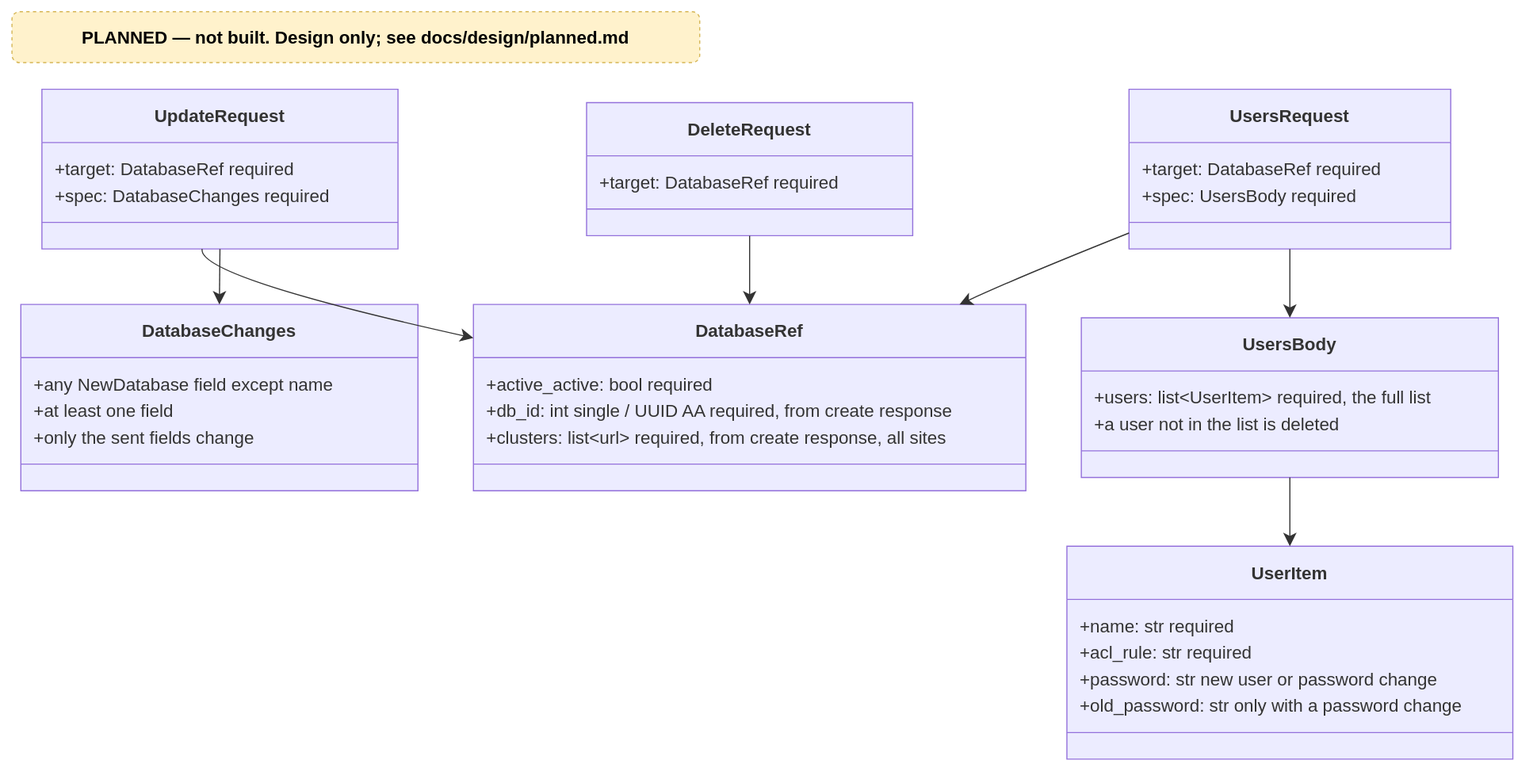
The draw.io diagram docs/diagrams/planned/p6-api-models-edit.drawio.svg in EliShteinman/redis-enterprise-services, before a commit. Source tidied: cells renumbered, new cells last; positions are measured from the earlier drawing's top-left corner, leaving out a move shared by most shapes.
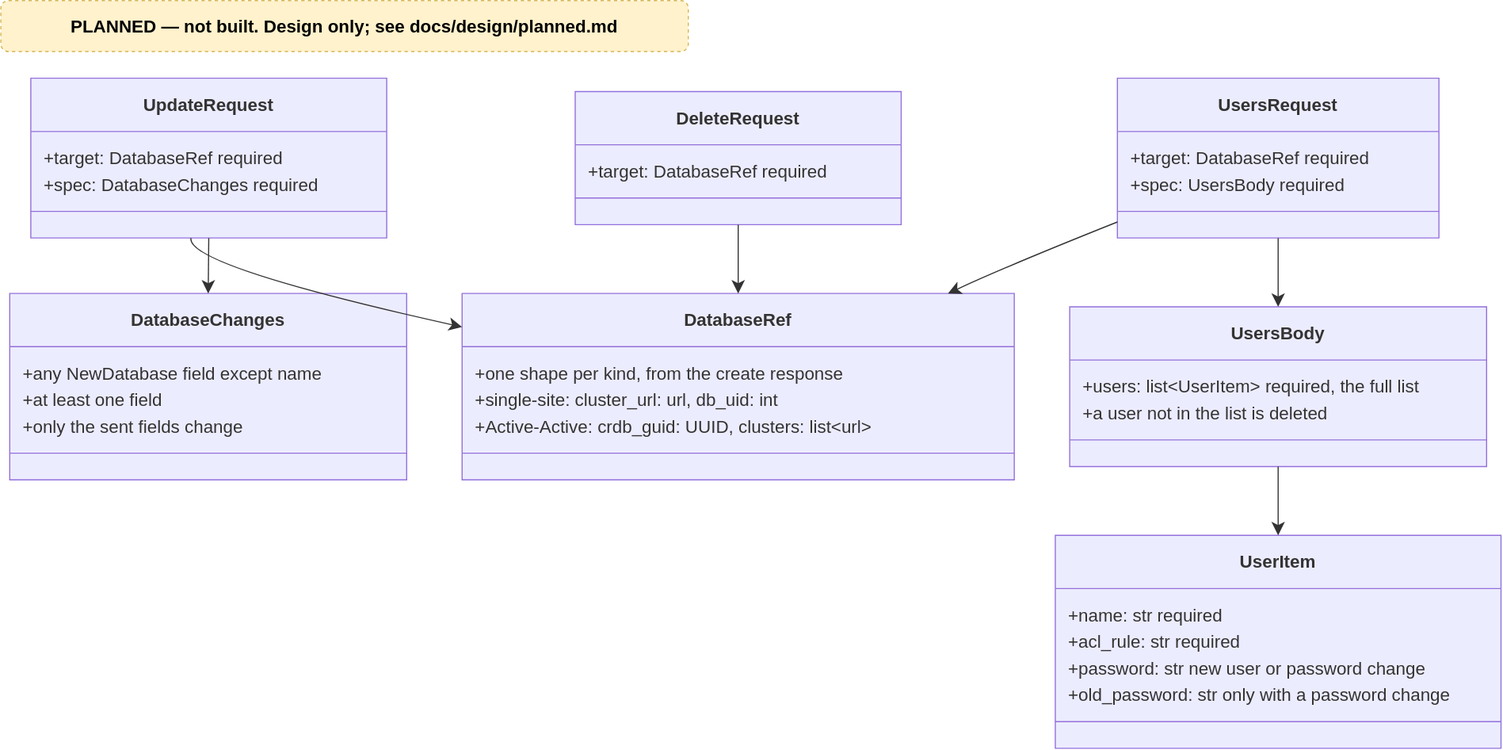
After the commit.

Commit message:
docs(contract): the single-site request targets one site and its result carries kind and one cluster

The edit, as a diff of the source:
```diff
@@ -38,13 +38,13 @@
     <mxCell id="13" value="&lt;b&gt;DatabaseRef&lt;/b&gt;" style="swimlane;html=1;fontStyle=1;fontSize=16;align=center;verticalAlign=middle;horizontal=1;startSize=48;swimlaneFillColor=light-dark(#ECECFF,#1f2020);whiteSpace=wrap;fillColor=light-dark(#ECECFF,#1f2020);strokeColor=light-dark(#9370DB,#cccccc);fontColor=light-dark(#333333,#cccccc);fontFamily=Trebuchet MS,Verdana,Arial,sans-serif;" parent="1" vertex="1">
       <mxGeometry x="416" y="264" width="498" height="168" as="geometry" />
     </mxCell>
-    <mxCell id="14" value="+active_active: bool required" style="text;fontSize=16;strokeColor=none;fillColor=none;align=left;verticalAlign=middle;spacingLeft=10;spacingRight=12;spacingBottom=2;overflow=hidden;fontFamily=Trebuchet MS,Verdana,Arial,sans-serif;fontColor=light-dark(#333333,#cccccc);" parent="13" vertex="1">
+    <mxCell id="14" value="+one shape per kind, from the create response" style="text;fontSize=16;strokeColor=none;fillColor=none;align=left;verticalAlign=middle;spacingLeft=10;spacingRight=12;spacingBottom=2;overflow=hidden;fontFamily=Trebuchet MS,Verdana,Arial,sans-serif;fontColor=light-dark(#333333,#cccccc);" parent="13" vertex="1">
       <mxGeometry y="60" width="498" height="24" as="geometry" />
     </mxCell>
-    <mxCell id="15" value="+db_id: int single / UUID AA required, from create response" style="text;fontSize=16;strokeColor=none;fillColor=none;align=left;verticalAlign=middle;spacingLeft=10;spacingRight=12;spacingBottom=2;overflow=hidden;fontFamily=Trebuchet MS,Verdana,Arial,sans-serif;fontColor=light-dark(#333333,#cccccc);" parent="13" vertex="1">
+    <mxCell id="15" value="+single-site: cluster_url: url, db_uid: int" style="text;fontSize=16;strokeColor=none;fillColor=none;align=left;verticalAlign=middle;spacingLeft=10;spacingRight=12;spacingBottom=2;overflow=hidden;fontFamily=Trebuchet MS,Verdana,Arial,sans-serif;fontColor=light-dark(#333333,#cccccc);" parent="13" vertex="1">
       <mxGeometry y="84" width="498" height="24" as="geometry" />
     </mxCell>
-    <mxCell id="16" value="+clusters: list&lt;url&gt; required, from create response, all sites" style="text;fontSize=16;strokeColor=none;fillColor=none;align=left;verticalAlign=middle;spacingLeft=10;spacingRight=12;spacingBottom=2;overflow=hidden;fontFamily=Trebuchet MS,Verdana,Arial,sans-serif;fontColor=light-dark(#333333,#cccccc);" parent="13" vertex="1">
+    <mxCell id="16" value="+Active-Active: crdb_guid: UUID, clusters: list&lt;url&gt;" style="text;fontSize=16;strokeColor=none;fillColor=none;align=left;verticalAlign=middle;spacingLeft=10;spacingRight=12;spacingBottom=2;overflow=hidden;fontFamily=Trebuchet MS,Verdana,Arial,sans-serif;fontColor=light-dark(#333333,#cccccc);" parent="13" vertex="1">
       <mxGeometry y="108" width="498" height="24" as="geometry" />
     </mxCell>
     <mxCell id="17" style="line;strokeWidth=1;fillColor=none;spacingLeft=3;spacingRight=3;strokeColor=inherit;" parent="13" vertex="1">
```
